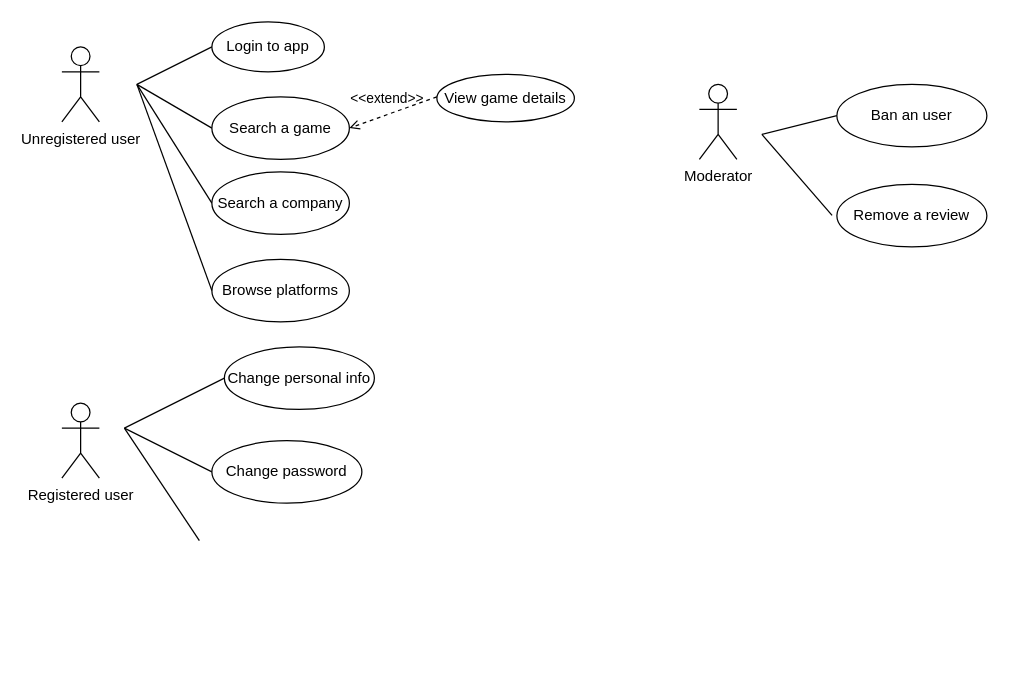
This is UML diagrams/UML use case diagram.drawio from lorenzoceccanti/pixelindex, a draw.io file, before an edit. Source tidied: cells renumbered, new cells numbered last; positions are measured from the earlier drawing's top-left corner, leaving out a move shared by most shapes. Both pictures are drawn from the tidied source at 125%, with x=0, y=0 at pixel (61, 21).
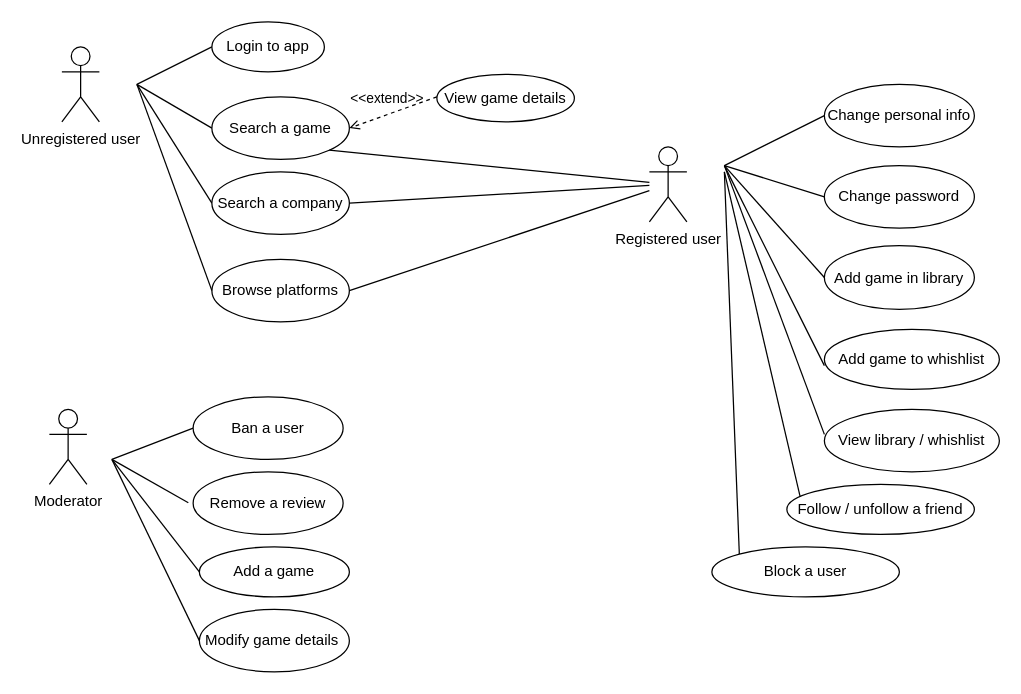
The same page after the edit.

Unchanged cells that the change refers to:
```xml
<mxCell id="8" value="Search a game" style="ellipse;whiteSpace=wrap;html=1;" parent="1" vertex="1">
  <mxGeometry x="120" y="60" width="110" height="50" as="geometry" />
</mxCell>
<mxCell id="10" value="Search a company" style="ellipse;whiteSpace=wrap;html=1;" parent="1" vertex="1">
  <mxGeometry x="120" y="120" width="110" height="50" as="geometry" />
</mxCell>
<mxCell id="11" value="Browse platforms" style="ellipse;whiteSpace=wrap;html=1;" parent="1" vertex="1">
  <mxGeometry x="120" y="190" width="110" height="50" as="geometry" />
</mxCell>
```

Diff of the diagram source:
```diff
@@
     <mxCell id="2" value="Registered user" style="shape=umlActor;verticalLabelPosition=bottom;verticalAlign=top;html=1;outlineConnect=0;" parent="1" vertex="1">
-      <mxGeometry y="305" width="30" height="60" as="geometry" />
+      <mxGeometry x="470" y="100" width="30" height="60" as="geometry" />
     </mxCell>
@@
     <mxCell id="4" value="Moderator" style="shape=umlActor;verticalLabelPosition=bottom;verticalAlign=top;html=1;" parent="1" vertex="1">
-      <mxGeometry x="510" y="50" width="30" height="60" as="geometry" />
+      <mxGeometry x="-10" y="310" width="30" height="60" as="geometry" />
     </mxCell>
@@
     <mxCell id="15" style="endArrow=none;html=1;rounded=0;entryX=0;entryY=0.5;entryDx=0;entryDy=0;" parent="1" edge="1" target="16">
       <mxGeometry relative="1" as="geometry">
-        <mxPoint x="560" y="90" as="sourcePoint" />
+        <mxPoint x="40" y="350" as="sourcePoint" />
       </mxGeometry>
     </mxCell>
-    <mxCell id="16" value="Ban an user" style="ellipse;whiteSpace=wrap;html=1;" parent="1" vertex="1">
-      <mxGeometry x="620" y="50" width="120" height="50" as="geometry" />
+    <mxCell id="16" value="Ban a user" style="ellipse;whiteSpace=wrap;html=1;" parent="1" vertex="1">
+      <mxGeometry x="105" y="300" width="120" height="50" as="geometry" />
     </mxCell>
     <mxCell id="17" style="endArrow=none;html=1;rounded=0;entryX=-0.032;entryY=0.495;entryDx=0;entryDy=0;entryPerimeter=0;" parent="1" edge="1" target="18">
       <mxGeometry relative="1" as="geometry">
-        <mxPoint x="560" y="90" as="sourcePoint" />
+        <mxPoint x="40" y="350" as="sourcePoint" />
       </mxGeometry>
     </mxCell>
     <mxCell id="18" value="Remove a review" style="ellipse;whiteSpace=wrap;html=1;" parent="1" vertex="1">
-      <mxGeometry x="620" y="130" width="120" height="50" as="geometry" />
+      <mxGeometry x="105" y="360" width="120" height="50" as="geometry" />
     </mxCell>
     <mxCell id="19" style="endArrow=none;html=1;rounded=0;entryX=0;entryY=0.5;entryDx=0;entryDy=0;" parent="1" edge="1" target="20">
       <mxGeometry relative="1" as="geometry">
-        <mxPoint x="50" y="325" as="sourcePoint" />
+        <mxPoint x="530" y="115" as="sourcePoint" />
       </mxGeometry>
     </mxCell>
     <mxCell id="20" value="Change personal info" style="ellipse;whiteSpace=wrap;html=1;" parent="1" vertex="1">
-      <mxGeometry x="130" y="260" width="120" height="50" as="geometry" />
+      <mxGeometry x="610" y="50" width="120" height="50" as="geometry" />
     </mxCell>
     <mxCell id="21" style="endArrow=none;html=1;rounded=0;entryX=0;entryY=0.5;entryDx=0;entryDy=0;" parent="1" edge="1" target="22">
       <mxGeometry relative="1" as="geometry">
-        <mxPoint x="50" y="325" as="sourcePoint" />
+        <mxPoint x="530" y="115" as="sourcePoint" />
       </mxGeometry>
     </mxCell>
     <mxCell id="22" value="Change password" style="ellipse;whiteSpace=wrap;html=1;" parent="1" vertex="1">
-      <mxGeometry x="120" y="335" width="120" height="50" as="geometry" />
+      <mxGeometry x="610" y="115" width="120" height="50" as="geometry" />
     </mxCell>
-    <mxCell id="23" style="endArrow=none;html=1;rounded=0;" parent="1" edge="1">
+    <mxCell id="23" style="endArrow=none;html=1;rounded=0;entryX=0;entryY=0.5;entryDx=0;entryDy=0;" parent="1" edge="1" target="27">
       <mxGeometry relative="1" as="geometry">
-        <mxPoint x="50" y="325" as="sourcePoint" />
-        <mxPoint x="110" y="415" as="targetPoint" />
+        <mxPoint x="530" y="115" as="sourcePoint" />
       </mxGeometry>
     </mxCell>
+    <mxCell id="24" style="endArrow=none;html=1;rounded=0;exitX=1;exitY=1;exitDx=0;exitDy=0;" parent="1" edge="1" source="8" target="2">
+      <mxGeometry relative="1" as="geometry" />
+    </mxCell>
+    <mxCell id="25" style="endArrow=none;html=1;rounded=0;exitX=1;exitY=0.5;exitDx=0;exitDy=0;" parent="1" edge="1" source="10" target="2">
+      <mxGeometry relative="1" as="geometry" />
+    </mxCell>
+    <mxCell id="26" style="endArrow=none;html=1;rounded=0;exitX=1;exitY=0.5;exitDx=0;exitDy=0;" parent="1" edge="1" source="11" target="2">
+      <mxGeometry relative="1" as="geometry" />
+    </mxCell>
+    <mxCell id="27" value="Add game in library" style="ellipse;whiteSpace=wrap;html=1;" parent="1" vertex="1">
+      <mxGeometry x="610" y="179" width="120" height="51" as="geometry" />
+    </mxCell>
+    <mxCell id="28" value="Add game to whishlist" style="ellipse;whiteSpace=wrap;html=1;" parent="1" vertex="1">
+      <mxGeometry x="610" y="246" width="140" height="48" as="geometry" />
+    </mxCell>
+    <mxCell id="29" style="endArrow=none;html=1;rounded=0;entryX=0;entryY=0.5;entryDx=0;entryDy=0;" parent="1" edge="1">
+      <mxGeometry relative="1" as="geometry">
+        <mxPoint x="530" y="115" as="sourcePoint" />
+        <mxPoint x="610" y="275" as="targetPoint" />
+      </mxGeometry>
+    </mxCell>
+    <mxCell id="30" style="endArrow=none;html=1;rounded=0;entryX=0;entryY=0.5;entryDx=0;entryDy=0;" parent="1" edge="1">
+      <mxGeometry relative="1" as="geometry">
+        <mxPoint x="530" y="115" as="sourcePoint" />
+        <mxPoint x="610" y="330" as="targetPoint" />
+      </mxGeometry>
+    </mxCell>
+    <mxCell id="31" value="View library / whishlist" style="ellipse;whiteSpace=wrap;html=1;" parent="1" vertex="1">
+      <mxGeometry x="610" y="310" width="140" height="50" as="geometry" />
+    </mxCell>
+    <mxCell id="32" style="endArrow=none;html=1;rounded=0;entryX=0.076;entryY=0.331;entryDx=0;entryDy=0;entryPerimeter=0;" parent="1" edge="1" target="33">
+      <mxGeometry relative="1" as="geometry">
+        <mxPoint x="530" y="120" as="sourcePoint" />
+      </mxGeometry>
+    </mxCell>
+    <mxCell id="33" value="Follow / unfollow a friend" style="ellipse;whiteSpace=wrap;html=1;" parent="1" vertex="1">
+      <mxGeometry x="580" y="370" width="150" height="40" as="geometry" />
+    </mxCell>
+    <mxCell id="34" style="endArrow=none;html=1;rounded=0;exitX=0;exitY=0;exitDx=0;exitDy=0;" parent="1" edge="1" source="35">
+      <mxGeometry relative="1" as="geometry">
+        <mxPoint x="530" y="120" as="targetPoint" />
+      </mxGeometry>
+    </mxCell>
+    <mxCell id="35" value="Block a user" style="ellipse;whiteSpace=wrap;html=1;" parent="1" vertex="1">
+      <mxGeometry x="520" y="420" width="150" height="40" as="geometry" />
+    </mxCell>
+    <mxCell id="36" value="Add a game" style="ellipse;whiteSpace=wrap;html=1;" parent="1" vertex="1">
+      <mxGeometry x="110" y="420" width="120" height="40" as="geometry" />
+    </mxCell>
+    <mxCell id="37" value="Modify game details&amp;nbsp;" style="ellipse;whiteSpace=wrap;html=1;" parent="1" vertex="1">
+      <mxGeometry x="110" y="470" width="120" height="50" as="geometry" />
+    </mxCell>
+    <mxCell id="38" style="endArrow=none;html=1;rounded=0;entryX=0;entryY=0.5;entryDx=0;entryDy=0;" parent="1" edge="1" target="36">
+      <mxGeometry relative="1" as="geometry">
+        <mxPoint x="40" y="350" as="sourcePoint" />
+      </mxGeometry>
+    </mxCell>
+    <mxCell id="39" style="endArrow=none;html=1;rounded=0;entryX=0;entryY=0.5;entryDx=0;entryDy=0;" parent="1" edge="1" target="37">
+      <mxGeometry relative="1" as="geometry">
+        <mxPoint x="40" y="350" as="sourcePoint" />
+      </mxGeometry>
+    </mxCell>
```
